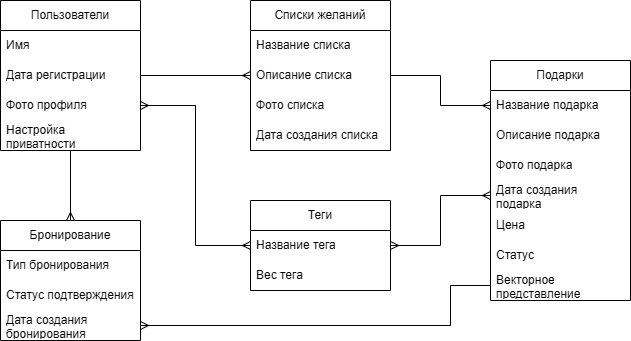
NNkGame/Diploma keeps this draw.io diagram as Docs/Графическое/БД/Концепт БД.png. Above is the earlier version. Source tidied: cells renumbered, new cells last; positions are measured from the earlier drawing's top-left corner, leaving out a move shared by most shapes.
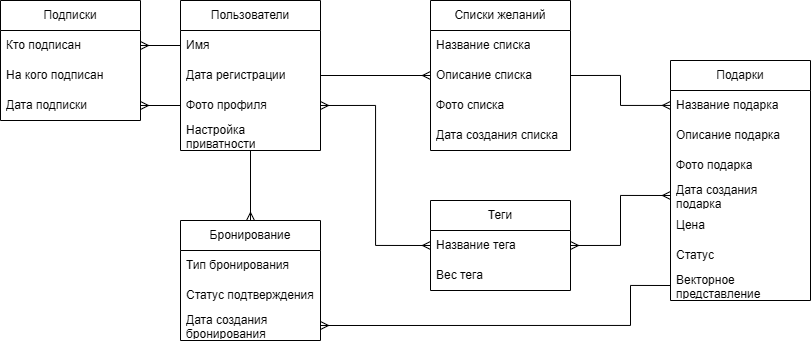
The same diagram one commit later.

Diff of the diagram source:
```diff
@@ -100,5 +100,23 @@
     <mxCell id="32" style="edgeStyle=orthogonalEdgeStyle;rounded=0;jettySize=auto;html=1;exitX=1;exitY=0.5;exitDx=0;exitDy=0;entryX=0;entryY=0.5;entryDx=0;entryDy=0;endArrow=ERmany;endFill=0;startArrow=ERmany;startFill=0;" parent="1" edge="1" source="26" target="16">
       <mxGeometry relative="1" as="geometry" />
     </mxCell>
+    <mxCell id="33" value="Подписки" style="swimlane;fontStyle=0;horizontal=1;startSize=30;whiteSpace=wrap;html=1;" parent="1" vertex="1">
+      <mxGeometry x="-180" width="140" height="120" as="geometry" />
+    </mxCell>
+    <mxCell id="34" value="Кто подписан" style="text;strokeColor=none;fillColor=none;align=left;verticalAlign=middle;spacingLeft=4;spacingRight=4;overflow=hidden;points=[[0,0.5],[1,0.5]];portConstraint=eastwest;whiteSpace=wrap;html=1;" parent="33" vertex="1">
+      <mxGeometry y="30" width="140" height="30" as="geometry" />
+    </mxCell>
+    <mxCell id="35" value="На кого подписан" style="text;strokeColor=none;fillColor=none;align=left;verticalAlign=middle;spacingLeft=4;spacingRight=4;overflow=hidden;whiteSpace=wrap;html=1;" parent="33" vertex="1">
+      <mxGeometry y="60" width="140" height="30" as="geometry" />
+    </mxCell>
+    <mxCell id="36" value="Дата подписки" style="text;strokeColor=none;fillColor=none;align=left;verticalAlign=middle;spacingLeft=4;spacingRight=4;overflow=hidden;points=[[0,0.5],[1,0.5]];portConstraint=eastwest;whiteSpace=wrap;html=1;" parent="33" vertex="1">
+      <mxGeometry y="90" width="140" height="30" as="geometry" />
+    </mxCell>
+    <mxCell id="37" style="edgeStyle=orthogonalEdgeStyle;rounded=0;jettySize=auto;html=1;exitX=0;exitY=0.5;exitDx=0;exitDy=0;entryX=1;entryY=0.5;entryDx=0;entryDy=0;endArrow=ERmany;endFill=0;" parent="1" edge="1" source="3" target="34">
+      <mxGeometry relative="1" as="geometry" />
+    </mxCell>
+    <mxCell id="38" style="edgeStyle=orthogonalEdgeStyle;rounded=0;jettySize=auto;html=1;exitX=0;exitY=0.5;exitDx=0;exitDy=0;entryX=1;entryY=0.5;entryDx=0;entryDy=0;endArrow=ERmany;endFill=0;" parent="1" edge="1" source="5" target="36">
+      <mxGeometry relative="1" as="geometry" />
+    </mxCell>
   </root>
 </mxGraphModel>
```
